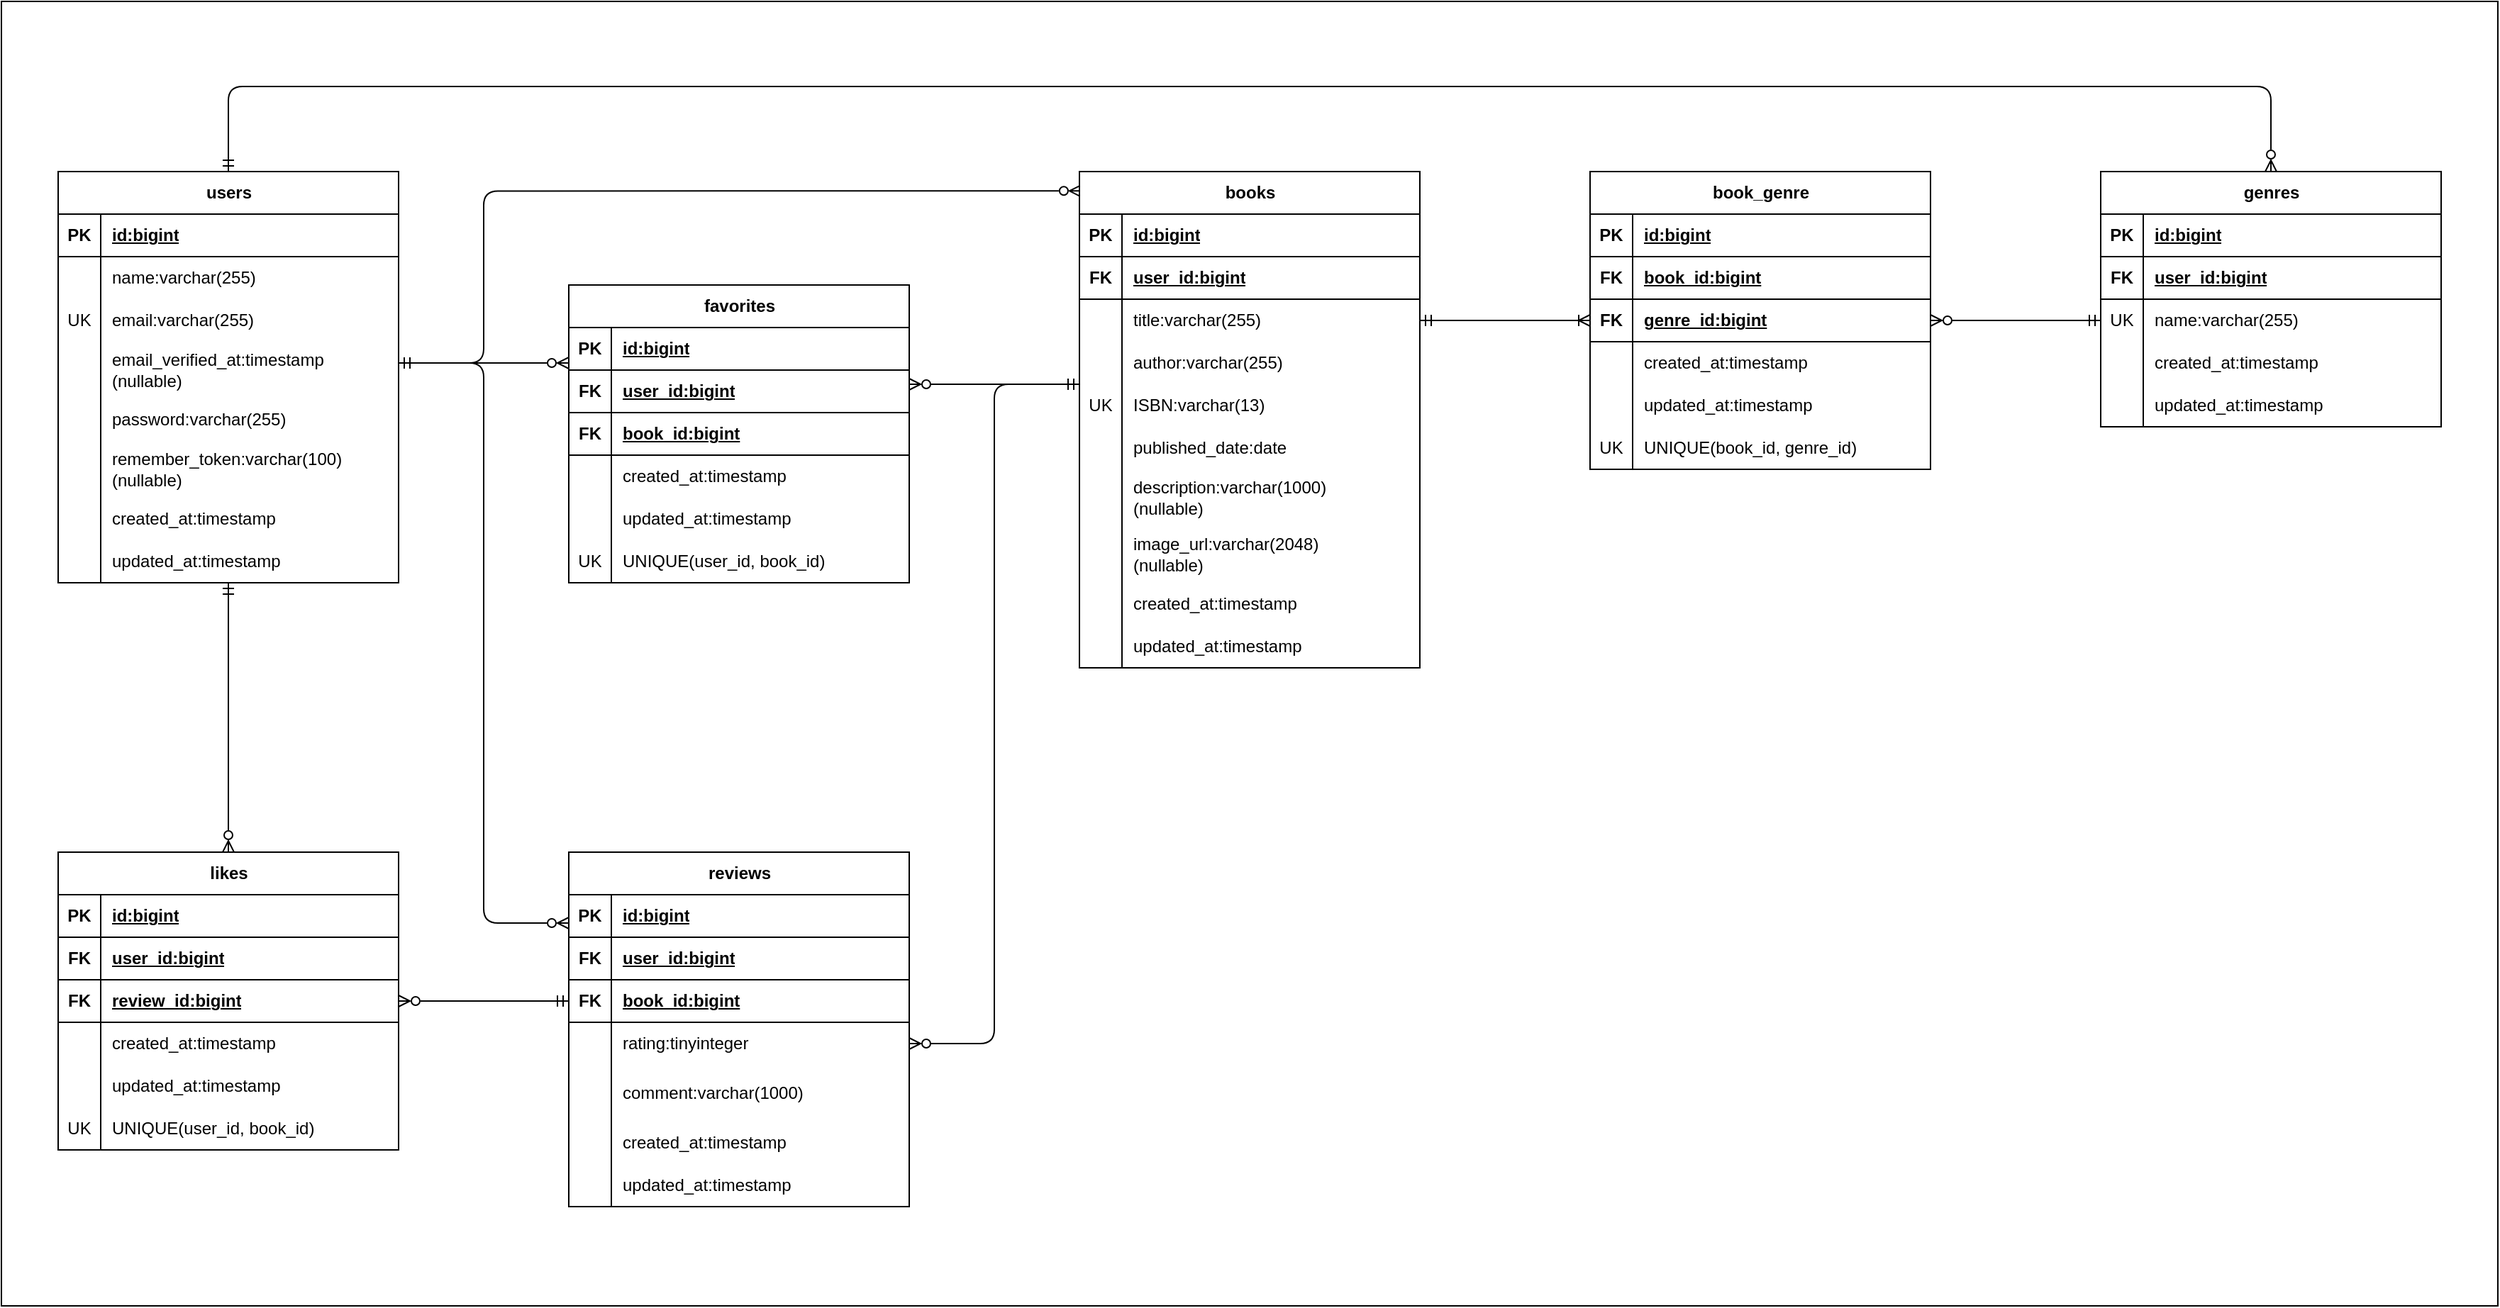
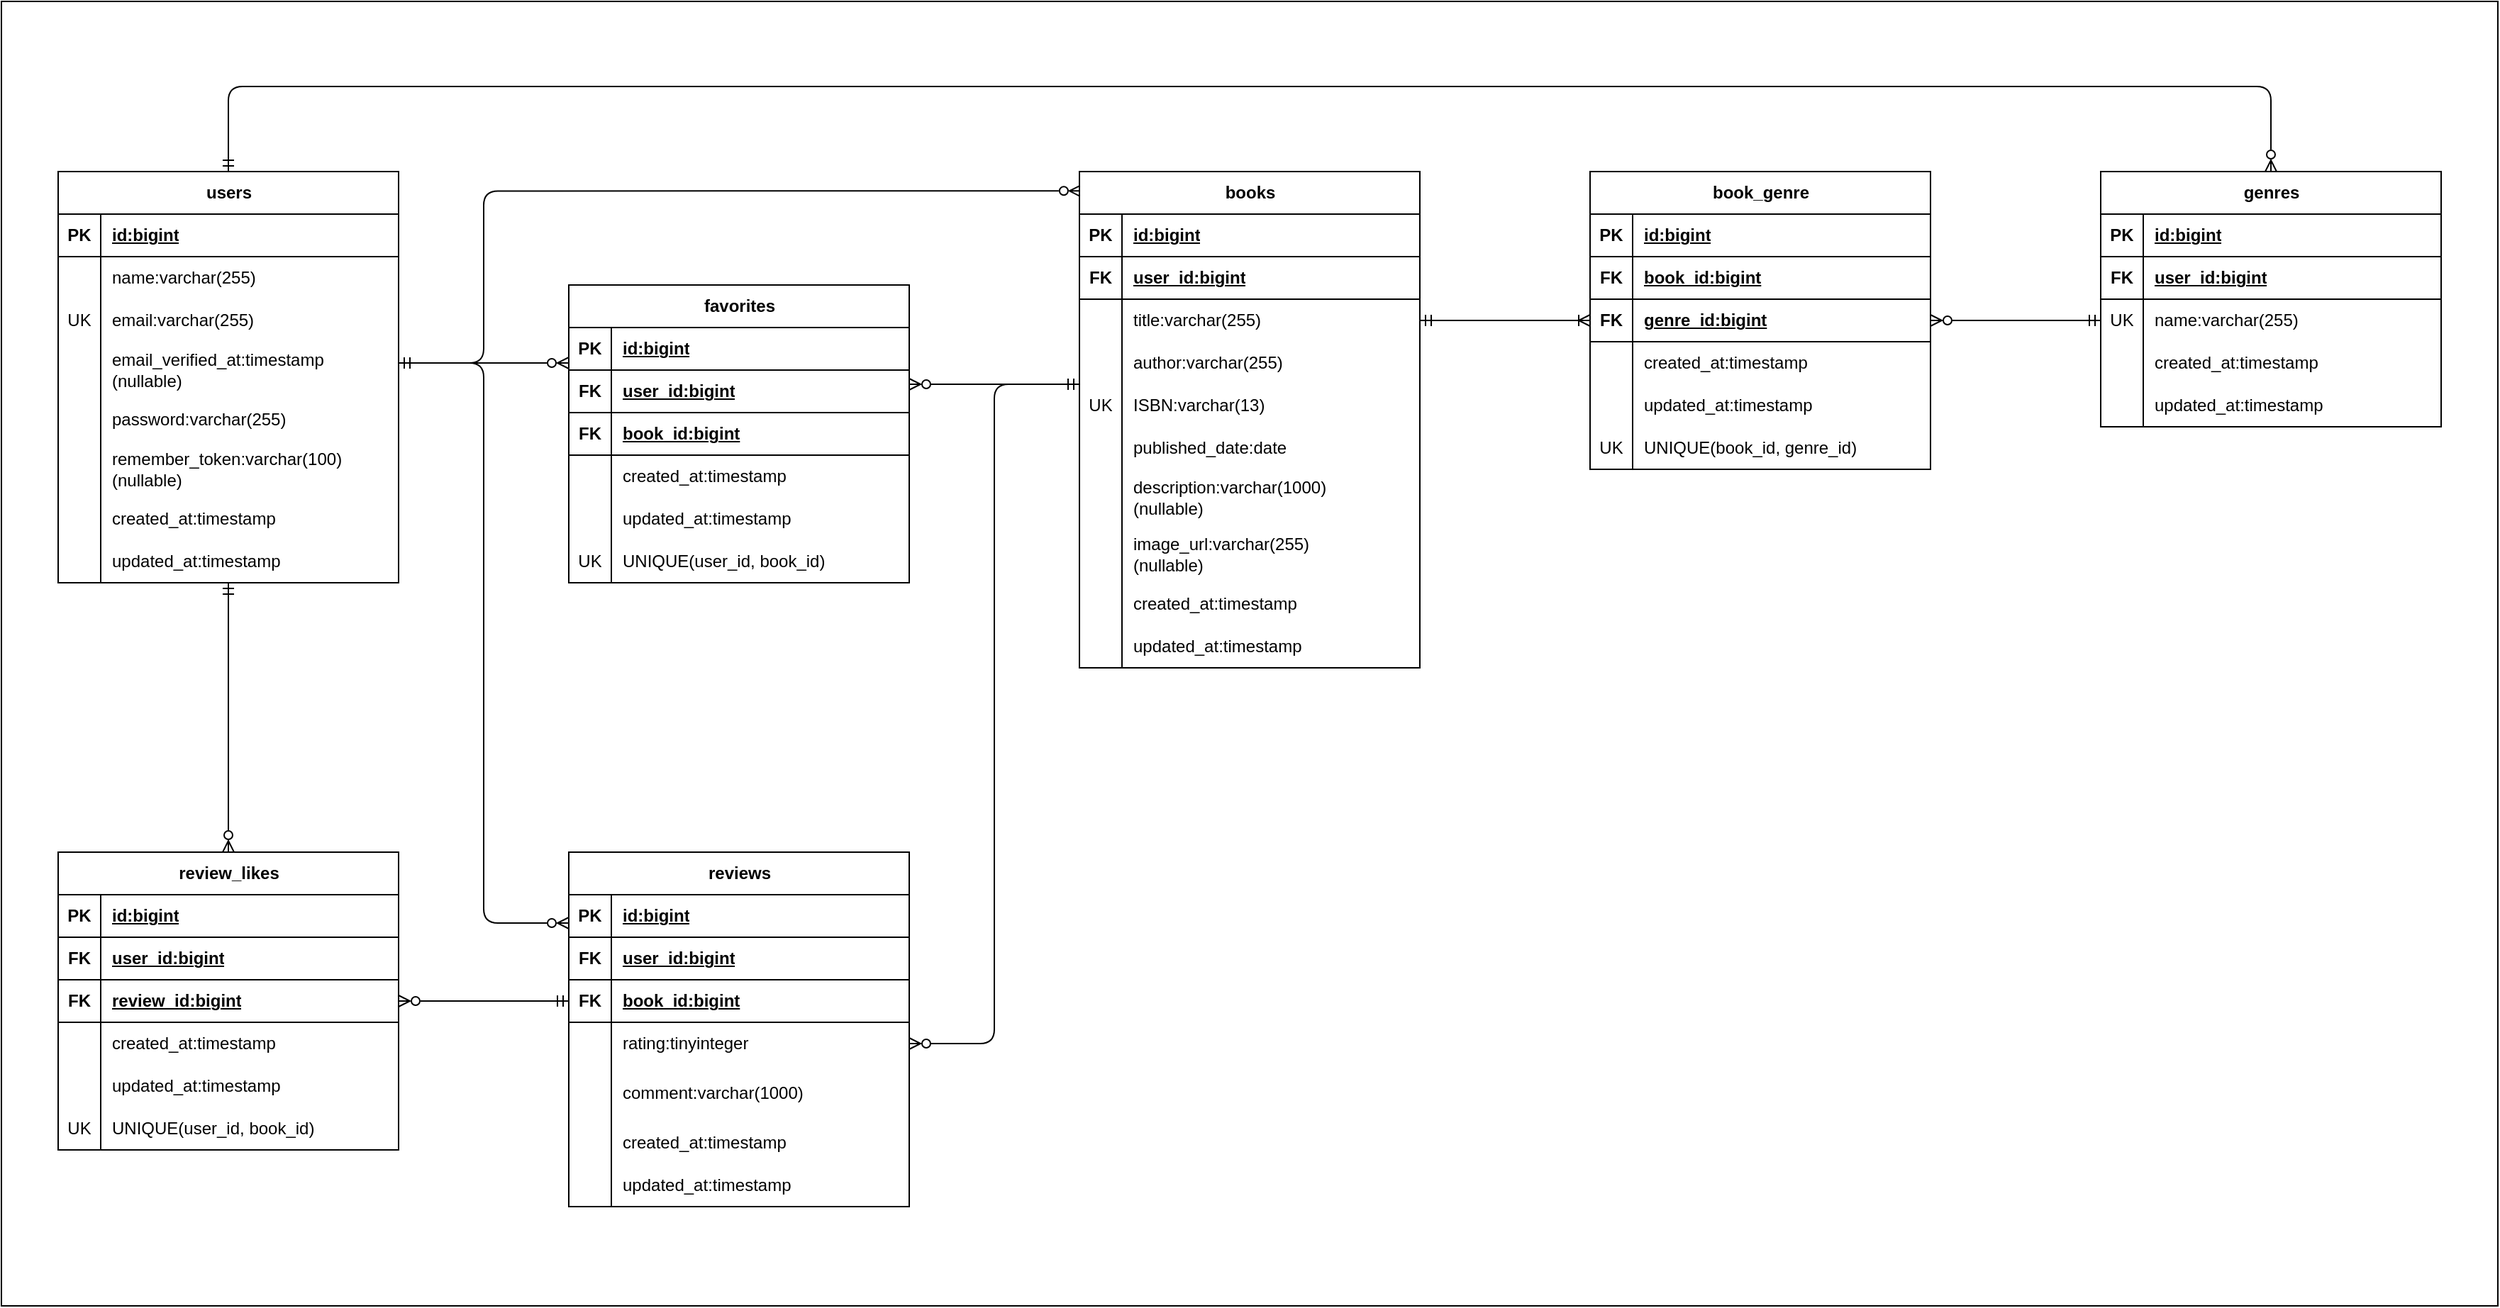
<mxfile host="65bd71144e">
    <diagram id="Xr8ic78WrCHNvvsh3ZQ6" name="ページ1">
-         <mxGraphModel dx="3754" dy="2342" grid="1" gridSize="10" guides="1" tooltips="1" connect="1" arrows="1" fold="1" page="1" pageScale="1" pageWidth="827" pageHeight="1169" math="0" shadow="0">
+         <mxGraphModel dx="3050" dy="2076" grid="1" gridSize="10" guides="1" tooltips="1" connect="1" arrows="1" fold="1" page="1" pageScale="1" pageWidth="827" pageHeight="1169" math="0" shadow="0">
            <root>
                <mxCell id="0"/>
                <mxCell id="1" parent="0"/>
                <mxCell id="209" value="" style="rounded=0;whiteSpace=wrap;html=1;" parent="1" vertex="1">
                    <mxGeometry x="-1040" y="-240" width="1760" height="920" as="geometry"/>
                </mxCell>
                <mxCell id="194" style="edgeStyle=orthogonalEdgeStyle;html=1;startArrow=ERmandOne;startFill=0;endArrow=ERzeroToMany;endFill=0;entryX=0.004;entryY=0.039;entryDx=0;entryDy=0;entryPerimeter=0;" parent="1" source="2" target="55" edge="1">
                    <mxGeometry relative="1" as="geometry">
                        <mxPoint x="-700" y="-70" as="sourcePoint"/>
                        <Array as="points">
                            <mxPoint x="-700" y="15"/>
                            <mxPoint x="-700" y="-107"/>
                        </Array>
                    </mxGeometry>
                </mxCell>
                <mxCell id="195" style="edgeStyle=orthogonalEdgeStyle;html=1;startArrow=ERmandOne;startFill=0;endArrow=ERzeroToMany;endFill=0;" parent="1" source="2" target="148" edge="1">
                    <mxGeometry relative="1" as="geometry">
                        <Array as="points">
                            <mxPoint x="-660" y="15"/>
                            <mxPoint x="-660" y="15"/>
                        </Array>
                    </mxGeometry>
                </mxCell>
                <mxCell id="201" style="edgeStyle=orthogonalEdgeStyle;html=1;startArrow=ERmandOne;startFill=0;endArrow=ERzeroToMany;endFill=0;" parent="1" source="2" target="86" edge="1">
                    <mxGeometry relative="1" as="geometry">
                        <Array as="points">
                            <mxPoint x="-700" y="15"/>
                            <mxPoint x="-700" y="410"/>
                        </Array>
                    </mxGeometry>
                </mxCell>
                <mxCell id="203" style="edgeStyle=orthogonalEdgeStyle;html=1;startArrow=ERmandOne;startFill=0;endArrow=ERzeroToMany;endFill=0;" parent="1" source="2" target="167" edge="1">
                    <mxGeometry relative="1" as="geometry"/>
                </mxCell>
-                 <mxCell id="214" style="edgeStyle=orthogonalEdgeStyle;html=1;startArrow=ERmandOne;startFill=0;endArrow=ERzeroToMany;endFill=0;" edge="1" parent="1" source="2" target="30">
+                 <mxCell id="214" style="edgeStyle=orthogonalEdgeStyle;html=1;startArrow=ERmandOne;startFill=0;endArrow=ERzeroToMany;endFill=0;" parent="1" source="2" target="30" edge="1">
                    <mxGeometry relative="1" as="geometry">
                        <Array as="points">
                            <mxPoint x="-880" y="-180"/>
                            <mxPoint x="560" y="-180"/>
                        </Array>
                    </mxGeometry>
                </mxCell>
                <mxCell id="2" value="users" style="shape=table;startSize=30;container=1;collapsible=1;childLayout=tableLayout;fixedRows=1;rowLines=0;fontStyle=1;align=center;resizeLast=1;html=1;" parent="1" vertex="1">
                    <mxGeometry x="-1000" y="-120" width="240" height="290" as="geometry"/>
                </mxCell>
                <mxCell id="3" value="" style="shape=tableRow;horizontal=0;startSize=0;swimlaneHead=0;swimlaneBody=0;fillColor=none;collapsible=0;dropTarget=0;points=[[0,0.5],[1,0.5]];portConstraint=eastwest;top=0;left=0;right=0;bottom=1;" parent="2" vertex="1">
                    <mxGeometry y="30" width="240" height="30" as="geometry"/>
                </mxCell>
                <mxCell id="4" value="PK" style="shape=partialRectangle;connectable=0;fillColor=none;top=0;left=0;bottom=0;right=0;fontStyle=1;overflow=hidden;whiteSpace=wrap;html=1;" parent="3" vertex="1">
                    <mxGeometry width="30" height="30" as="geometry">
                        <mxRectangle width="30" height="30" as="alternateBounds"/>
                    </mxGeometry>
                </mxCell>
                <mxCell id="5" value="&lt;span style=&quot;color: rgb(0, 0, 0);&quot;&gt;id:bigint&lt;/span&gt;" style="shape=partialRectangle;connectable=0;fillColor=none;top=0;left=0;bottom=0;right=0;align=left;spacingLeft=6;fontStyle=5;overflow=hidden;whiteSpace=wrap;html=1;" parent="3" vertex="1">
                    <mxGeometry x="30" width="210" height="30" as="geometry">
                        <mxRectangle width="210" height="30" as="alternateBounds"/>
                    </mxGeometry>
                </mxCell>
                <mxCell id="6" value="" style="shape=tableRow;horizontal=0;startSize=0;swimlaneHead=0;swimlaneBody=0;fillColor=none;collapsible=0;dropTarget=0;points=[[0,0.5],[1,0.5]];portConstraint=eastwest;top=0;left=0;right=0;bottom=0;" parent="2" vertex="1">
                    <mxGeometry y="60" width="240" height="30" as="geometry"/>
                </mxCell>
                <mxCell id="7" value="" style="shape=partialRectangle;connectable=0;fillColor=none;top=0;left=0;bottom=0;right=0;editable=1;overflow=hidden;whiteSpace=wrap;html=1;" parent="6" vertex="1">
                    <mxGeometry width="30" height="30" as="geometry">
                        <mxRectangle width="30" height="30" as="alternateBounds"/>
                    </mxGeometry>
                </mxCell>
                <mxCell id="8" value="&lt;span style=&quot;color: rgb(0, 0, 0);&quot;&gt;name:varchar(255)&lt;/span&gt;" style="shape=partialRectangle;connectable=0;fillColor=none;top=0;left=0;bottom=0;right=0;align=left;spacingLeft=6;overflow=hidden;whiteSpace=wrap;html=1;" parent="6" vertex="1">
                    <mxGeometry x="30" width="210" height="30" as="geometry">
                        <mxRectangle width="210" height="30" as="alternateBounds"/>
                    </mxGeometry>
                </mxCell>
                <mxCell id="9" value="" style="shape=tableRow;horizontal=0;startSize=0;swimlaneHead=0;swimlaneBody=0;fillColor=none;collapsible=0;dropTarget=0;points=[[0,0.5],[1,0.5]];portConstraint=eastwest;top=0;left=0;right=0;bottom=0;" parent="2" vertex="1">
                    <mxGeometry y="90" width="240" height="30" as="geometry"/>
                </mxCell>
                <mxCell id="10" value="UK" style="shape=partialRectangle;connectable=0;fillColor=none;top=0;left=0;bottom=0;right=0;editable=1;overflow=hidden;whiteSpace=wrap;html=1;" parent="9" vertex="1">
                    <mxGeometry width="30" height="30" as="geometry">
                        <mxRectangle width="30" height="30" as="alternateBounds"/>
                    </mxGeometry>
                </mxCell>
                <mxCell id="11" value="&lt;span style=&quot;color: rgb(0, 0, 0);&quot;&gt;email:varchar(255)&lt;/span&gt;" style="shape=partialRectangle;connectable=0;fillColor=none;top=0;left=0;bottom=0;right=0;align=left;spacingLeft=6;overflow=hidden;whiteSpace=wrap;html=1;" parent="9" vertex="1">
                    <mxGeometry x="30" width="210" height="30" as="geometry">
                        <mxRectangle width="210" height="30" as="alternateBounds"/>
                    </mxGeometry>
                </mxCell>
                <mxCell id="15" value="" style="shape=tableRow;horizontal=0;startSize=0;swimlaneHead=0;swimlaneBody=0;fillColor=none;collapsible=0;dropTarget=0;points=[[0,0.5],[1,0.5]];portConstraint=eastwest;top=0;left=0;right=0;bottom=0;" parent="2" vertex="1">
                    <mxGeometry y="120" width="240" height="40" as="geometry"/>
                </mxCell>
                <mxCell id="16" value="" style="shape=partialRectangle;connectable=0;fillColor=none;top=0;left=0;bottom=0;right=0;editable=1;overflow=hidden;whiteSpace=wrap;html=1;" parent="15" vertex="1">
                    <mxGeometry width="30" height="40" as="geometry">
                        <mxRectangle width="30" height="40" as="alternateBounds"/>
                    </mxGeometry>
                </mxCell>
                <mxCell id="17" value="&lt;span style=&quot;color: rgb(0, 0, 0);&quot;&gt;email_verified_at:timestamp&lt;/span&gt;&lt;div&gt;&lt;span style=&quot;color: rgb(0, 0, 0);&quot;&gt;(nullable)&lt;/span&gt;&lt;/div&gt;" style="shape=partialRectangle;connectable=0;fillColor=none;top=0;left=0;bottom=0;right=0;align=left;spacingLeft=6;overflow=hidden;whiteSpace=wrap;html=1;" parent="15" vertex="1">
                    <mxGeometry x="30" width="210" height="40" as="geometry">
                        <mxRectangle width="210" height="40" as="alternateBounds"/>
                    </mxGeometry>
                </mxCell>
                <mxCell id="18" value="" style="shape=tableRow;horizontal=0;startSize=0;swimlaneHead=0;swimlaneBody=0;fillColor=none;collapsible=0;dropTarget=0;points=[[0,0.5],[1,0.5]];portConstraint=eastwest;top=0;left=0;right=0;bottom=0;" parent="2" vertex="1">
                    <mxGeometry y="160" width="240" height="30" as="geometry"/>
                </mxCell>
                <mxCell id="19" value="" style="shape=partialRectangle;connectable=0;fillColor=none;top=0;left=0;bottom=0;right=0;editable=1;overflow=hidden;whiteSpace=wrap;html=1;" parent="18" vertex="1">
                    <mxGeometry width="30" height="30" as="geometry">
                        <mxRectangle width="30" height="30" as="alternateBounds"/>
                    </mxGeometry>
                </mxCell>
                <mxCell id="20" value="&lt;span style=&quot;color: rgb(0, 0, 0);&quot;&gt;password:varchar(255)&lt;/span&gt;" style="shape=partialRectangle;connectable=0;fillColor=none;top=0;left=0;bottom=0;right=0;align=left;spacingLeft=6;overflow=hidden;whiteSpace=wrap;html=1;" parent="18" vertex="1">
                    <mxGeometry x="30" width="210" height="30" as="geometry">
                        <mxRectangle width="210" height="30" as="alternateBounds"/>
                    </mxGeometry>
                </mxCell>
                <mxCell id="21" value="" style="shape=tableRow;horizontal=0;startSize=0;swimlaneHead=0;swimlaneBody=0;fillColor=none;collapsible=0;dropTarget=0;points=[[0,0.5],[1,0.5]];portConstraint=eastwest;top=0;left=0;right=0;bottom=0;" parent="2" vertex="1">
                    <mxGeometry y="190" width="240" height="40" as="geometry"/>
                </mxCell>
                <mxCell id="22" value="" style="shape=partialRectangle;connectable=0;fillColor=none;top=0;left=0;bottom=0;right=0;editable=1;overflow=hidden;whiteSpace=wrap;html=1;" parent="21" vertex="1">
                    <mxGeometry width="30" height="40" as="geometry">
                        <mxRectangle width="30" height="40" as="alternateBounds"/>
                    </mxGeometry>
                </mxCell>
                <mxCell id="23" value="&lt;span style=&quot;color: rgb(0, 0, 0);&quot;&gt;remember_token:varchar(100)&lt;/span&gt;&lt;span style=&quot;color: rgb(0, 0, 0);&quot;&gt;(nullable)&lt;/span&gt;" style="shape=partialRectangle;connectable=0;fillColor=none;top=0;left=0;bottom=0;right=0;align=left;spacingLeft=6;overflow=hidden;whiteSpace=wrap;html=1;" parent="21" vertex="1">
                    <mxGeometry x="30" width="210" height="40" as="geometry">
                        <mxRectangle width="210" height="40" as="alternateBounds"/>
                    </mxGeometry>
                </mxCell>
                <mxCell id="24" value="" style="shape=tableRow;horizontal=0;startSize=0;swimlaneHead=0;swimlaneBody=0;fillColor=none;collapsible=0;dropTarget=0;points=[[0,0.5],[1,0.5]];portConstraint=eastwest;top=0;left=0;right=0;bottom=0;" parent="2" vertex="1">
                    <mxGeometry y="230" width="240" height="30" as="geometry"/>
                </mxCell>
                <mxCell id="25" value="" style="shape=partialRectangle;connectable=0;fillColor=none;top=0;left=0;bottom=0;right=0;editable=1;overflow=hidden;whiteSpace=wrap;html=1;" parent="24" vertex="1">
                    <mxGeometry width="30" height="30" as="geometry">
                        <mxRectangle width="30" height="30" as="alternateBounds"/>
                    </mxGeometry>
                </mxCell>
                <mxCell id="26" value="&lt;span style=&quot;color: rgb(0, 0, 0);&quot;&gt;created_at&lt;/span&gt;&lt;span style=&quot;color: rgb(0, 0, 0);&quot;&gt;:timestamp&lt;/span&gt;" style="shape=partialRectangle;connectable=0;fillColor=none;top=0;left=0;bottom=0;right=0;align=left;spacingLeft=6;overflow=hidden;whiteSpace=wrap;html=1;" parent="24" vertex="1">
                    <mxGeometry x="30" width="210" height="30" as="geometry">
                        <mxRectangle width="210" height="30" as="alternateBounds"/>
                    </mxGeometry>
                </mxCell>
                <mxCell id="12" value="" style="shape=tableRow;horizontal=0;startSize=0;swimlaneHead=0;swimlaneBody=0;fillColor=none;collapsible=0;dropTarget=0;points=[[0,0.5],[1,0.5]];portConstraint=eastwest;top=0;left=0;right=0;bottom=0;" parent="2" vertex="1">
                    <mxGeometry y="260" width="240" height="30" as="geometry"/>
                </mxCell>
                <mxCell id="13" value="" style="shape=partialRectangle;connectable=0;fillColor=none;top=0;left=0;bottom=0;right=0;editable=1;overflow=hidden;whiteSpace=wrap;html=1;" parent="12" vertex="1">
                    <mxGeometry width="30" height="30" as="geometry">
                        <mxRectangle width="30" height="30" as="alternateBounds"/>
                    </mxGeometry>
                </mxCell>
                <mxCell id="14" value="updated_at&lt;span style=&quot;color: rgb(0, 0, 0);&quot;&gt;:timestamp&lt;/span&gt;" style="shape=partialRectangle;connectable=0;fillColor=none;top=0;left=0;bottom=0;right=0;align=left;spacingLeft=6;overflow=hidden;whiteSpace=wrap;html=1;" parent="12" vertex="1">
                    <mxGeometry x="30" width="210" height="30" as="geometry">
                        <mxRectangle width="210" height="30" as="alternateBounds"/>
                    </mxGeometry>
                </mxCell>
                <mxCell id="204" style="edgeStyle=orthogonalEdgeStyle;html=1;startArrow=ERmandOne;startFill=0;endArrow=ERzeroToMany;endFill=0;" parent="1" source="30" target="123" edge="1">
                    <mxGeometry relative="1" as="geometry">
                        <Array as="points">
                            <mxPoint x="400" y="-15"/>
                            <mxPoint x="400" y="-15"/>
                        </Array>
                    </mxGeometry>
                </mxCell>
                <mxCell id="30" value="genres" style="shape=table;startSize=30;container=1;collapsible=1;childLayout=tableLayout;fixedRows=1;rowLines=0;fontStyle=1;align=center;resizeLast=1;html=1;" parent="1" vertex="1">
                    <mxGeometry x="440" y="-120" width="240" height="180" as="geometry"/>
                </mxCell>
                <mxCell id="31" value="" style="shape=tableRow;horizontal=0;startSize=0;swimlaneHead=0;swimlaneBody=0;fillColor=none;collapsible=0;dropTarget=0;points=[[0,0.5],[1,0.5]];portConstraint=eastwest;top=0;left=0;right=0;bottom=1;" parent="30" vertex="1">
                    <mxGeometry y="30" width="240" height="30" as="geometry"/>
                </mxCell>
                <mxCell id="32" value="PK" style="shape=partialRectangle;connectable=0;fillColor=none;top=0;left=0;bottom=0;right=0;fontStyle=1;overflow=hidden;whiteSpace=wrap;html=1;" parent="31" vertex="1">
                    <mxGeometry width="30" height="30" as="geometry">
                        <mxRectangle width="30" height="30" as="alternateBounds"/>
                    </mxGeometry>
                </mxCell>
                <mxCell id="33" value="&lt;span style=&quot;color: rgb(0, 0, 0);&quot;&gt;id:bigint&lt;/span&gt;" style="shape=partialRectangle;connectable=0;fillColor=none;top=0;left=0;bottom=0;right=0;align=left;spacingLeft=6;fontStyle=5;overflow=hidden;whiteSpace=wrap;html=1;" parent="31" vertex="1">
                    <mxGeometry x="30" width="210" height="30" as="geometry">
                        <mxRectangle width="210" height="30" as="alternateBounds"/>
                    </mxGeometry>
                </mxCell>
-                 <mxCell id="210" value="" style="shape=tableRow;horizontal=0;startSize=0;swimlaneHead=0;swimlaneBody=0;fillColor=none;collapsible=0;dropTarget=0;points=[[0,0.5],[1,0.5]];portConstraint=eastwest;top=0;left=0;right=0;bottom=1;" vertex="1" parent="30">
+                 <mxCell id="210" value="" style="shape=tableRow;horizontal=0;startSize=0;swimlaneHead=0;swimlaneBody=0;fillColor=none;collapsible=0;dropTarget=0;points=[[0,0.5],[1,0.5]];portConstraint=eastwest;top=0;left=0;right=0;bottom=1;" parent="30" vertex="1">
                    <mxGeometry y="60" width="240" height="30" as="geometry"/>
                </mxCell>
-                 <mxCell id="211" value="FK" style="shape=partialRectangle;connectable=0;fillColor=none;top=0;left=0;bottom=0;right=0;fontStyle=1;overflow=hidden;whiteSpace=wrap;html=1;" vertex="1" parent="210">
-                     <mxGeometry width="30" height="30" as="geometry">
-                         <mxRectangle width="30" height="30" as="alternateBounds"/>
-                     </mxGeometry>
-                 </mxCell>
-                 <mxCell id="212" value="&lt;span style=&quot;color: rgb(0, 0, 0);&quot;&gt;user_id:bigint&lt;/span&gt;" style="shape=partialRectangle;connectable=0;fillColor=none;top=0;left=0;bottom=0;right=0;align=left;spacingLeft=6;fontStyle=5;overflow=hidden;whiteSpace=wrap;html=1;" vertex="1" parent="210">
+                 <mxCell id="211" value="FK" style="shape=partialRectangle;connectable=0;fillColor=none;top=0;left=0;bottom=0;right=0;fontStyle=1;overflow=hidden;whiteSpace=wrap;html=1;" parent="210" vertex="1">
+                     <mxGeometry width="30" height="30" as="geometry">
+                         <mxRectangle width="30" height="30" as="alternateBounds"/>
+                     </mxGeometry>
+                 </mxCell>
+                 <mxCell id="212" value="&lt;span style=&quot;color: rgb(0, 0, 0);&quot;&gt;user_id:bigint&lt;/span&gt;" style="shape=partialRectangle;connectable=0;fillColor=none;top=0;left=0;bottom=0;right=0;align=left;spacingLeft=6;fontStyle=5;overflow=hidden;whiteSpace=wrap;html=1;" parent="210" vertex="1">
                    <mxGeometry x="30" width="210" height="30" as="geometry">
                        <mxRectangle width="210" height="30" as="alternateBounds"/>
                    </mxGeometry>
                </mxCell>
                <mxCell id="34" value="" style="shape=tableRow;horizontal=0;startSize=0;swimlaneHead=0;swimlaneBody=0;fillColor=none;collapsible=0;dropTarget=0;points=[[0,0.5],[1,0.5]];portConstraint=eastwest;top=0;left=0;right=0;bottom=0;" parent="30" vertex="1">
                    <mxGeometry y="90" width="240" height="30" as="geometry"/>
                </mxCell>
                <mxCell id="35" value="UK" style="shape=partialRectangle;connectable=0;fillColor=none;top=0;left=0;bottom=0;right=0;editable=1;overflow=hidden;whiteSpace=wrap;html=1;" parent="34" vertex="1">
                    <mxGeometry width="30" height="30" as="geometry">
                        <mxRectangle width="30" height="30" as="alternateBounds"/>
                    </mxGeometry>
                </mxCell>
                <mxCell id="36" value="&lt;span style=&quot;color: rgb(0, 0, 0);&quot;&gt;name:varchar(255)&lt;/span&gt;" style="shape=partialRectangle;connectable=0;fillColor=none;top=0;left=0;bottom=0;right=0;align=left;spacingLeft=6;overflow=hidden;whiteSpace=wrap;html=1;" parent="34" vertex="1">
                    <mxGeometry x="30" width="210" height="30" as="geometry">
                        <mxRectangle width="210" height="30" as="alternateBounds"/>
                    </mxGeometry>
                </mxCell>
                <mxCell id="49" value="" style="shape=tableRow;horizontal=0;startSize=0;swimlaneHead=0;swimlaneBody=0;fillColor=none;collapsible=0;dropTarget=0;points=[[0,0.5],[1,0.5]];portConstraint=eastwest;top=0;left=0;right=0;bottom=0;" parent="30" vertex="1">
                    <mxGeometry y="120" width="240" height="30" as="geometry"/>
                </mxCell>
                <mxCell id="50" value="" style="shape=partialRectangle;connectable=0;fillColor=none;top=0;left=0;bottom=0;right=0;editable=1;overflow=hidden;whiteSpace=wrap;html=1;" parent="49" vertex="1">
                    <mxGeometry width="30" height="30" as="geometry">
                        <mxRectangle width="30" height="30" as="alternateBounds"/>
                    </mxGeometry>
                </mxCell>
                <mxCell id="51" value="&lt;span style=&quot;color: rgb(0, 0, 0);&quot;&gt;created_at&lt;/span&gt;&lt;span style=&quot;color: rgb(0, 0, 0);&quot;&gt;:timestamp&lt;/span&gt;" style="shape=partialRectangle;connectable=0;fillColor=none;top=0;left=0;bottom=0;right=0;align=left;spacingLeft=6;overflow=hidden;whiteSpace=wrap;html=1;" parent="49" vertex="1">
                    <mxGeometry x="30" width="210" height="30" as="geometry">
                        <mxRectangle width="210" height="30" as="alternateBounds"/>
                    </mxGeometry>
                </mxCell>
                <mxCell id="52" value="" style="shape=tableRow;horizontal=0;startSize=0;swimlaneHead=0;swimlaneBody=0;fillColor=none;collapsible=0;dropTarget=0;points=[[0,0.5],[1,0.5]];portConstraint=eastwest;top=0;left=0;right=0;bottom=0;" parent="30" vertex="1">
                    <mxGeometry y="150" width="240" height="30" as="geometry"/>
                </mxCell>
                <mxCell id="53" value="" style="shape=partialRectangle;connectable=0;fillColor=none;top=0;left=0;bottom=0;right=0;editable=1;overflow=hidden;whiteSpace=wrap;html=1;" parent="52" vertex="1">
                    <mxGeometry width="30" height="30" as="geometry">
                        <mxRectangle width="30" height="30" as="alternateBounds"/>
                    </mxGeometry>
                </mxCell>
                <mxCell id="54" value="updated_at&lt;span style=&quot;color: rgb(0, 0, 0);&quot;&gt;:timestamp&lt;/span&gt;" style="shape=partialRectangle;connectable=0;fillColor=none;top=0;left=0;bottom=0;right=0;align=left;spacingLeft=6;overflow=hidden;whiteSpace=wrap;html=1;" parent="52" vertex="1">
                    <mxGeometry x="30" width="210" height="30" as="geometry">
                        <mxRectangle width="210" height="30" as="alternateBounds"/>
                    </mxGeometry>
                </mxCell>
                <mxCell id="200" style="edgeStyle=orthogonalEdgeStyle;html=1;startArrow=ERmandOne;startFill=0;endArrow=ERzeroToMany;endFill=0;" parent="1" source="55" target="86" edge="1">
                    <mxGeometry relative="1" as="geometry">
                        <Array as="points">
                            <mxPoint x="-340" y="30"/>
                            <mxPoint x="-340" y="495"/>
                        </Array>
                    </mxGeometry>
                </mxCell>
                <mxCell id="205" style="edgeStyle=orthogonalEdgeStyle;html=1;startArrow=ERmandOne;startFill=0;endArrow=ERoneToMany;endFill=0;" parent="1" source="55" target="123" edge="1">
                    <mxGeometry relative="1" as="geometry">
                        <Array as="points">
                            <mxPoint x="10" y="-15"/>
                            <mxPoint x="10" y="-15"/>
                        </Array>
                    </mxGeometry>
                </mxCell>
                <mxCell id="55" value="books" style="shape=table;startSize=30;container=1;collapsible=1;childLayout=tableLayout;fixedRows=1;rowLines=0;fontStyle=1;align=center;resizeLast=1;html=1;" parent="1" vertex="1">
                    <mxGeometry x="-280" y="-120" width="240" height="350" as="geometry"/>
                </mxCell>
                <mxCell id="56" value="" style="shape=tableRow;horizontal=0;startSize=0;swimlaneHead=0;swimlaneBody=0;fillColor=none;collapsible=0;dropTarget=0;points=[[0,0.5],[1,0.5]];portConstraint=eastwest;top=0;left=0;right=0;bottom=1;" parent="55" vertex="1">
                    <mxGeometry y="30" width="240" height="30" as="geometry"/>
                </mxCell>
                <mxCell id="57" value="PK" style="shape=partialRectangle;connectable=0;fillColor=none;top=0;left=0;bottom=0;right=0;fontStyle=1;overflow=hidden;whiteSpace=wrap;html=1;" parent="56" vertex="1">
                    <mxGeometry width="30" height="30" as="geometry">
                        <mxRectangle width="30" height="30" as="alternateBounds"/>
                    </mxGeometry>
                </mxCell>
                <mxCell id="58" value="&lt;span style=&quot;color: rgb(0, 0, 0);&quot;&gt;id:bigint&lt;/span&gt;" style="shape=partialRectangle;connectable=0;fillColor=none;top=0;left=0;bottom=0;right=0;align=left;spacingLeft=6;fontStyle=5;overflow=hidden;whiteSpace=wrap;html=1;" parent="56" vertex="1">
                    <mxGeometry x="30" width="210" height="30" as="geometry">
                        <mxRectangle width="210" height="30" as="alternateBounds"/>
                    </mxGeometry>
                </mxCell>
                <mxCell id="80" value="" style="shape=tableRow;horizontal=0;startSize=0;swimlaneHead=0;swimlaneBody=0;fillColor=none;collapsible=0;dropTarget=0;points=[[0,0.5],[1,0.5]];portConstraint=eastwest;top=0;left=0;right=0;bottom=1;" parent="55" vertex="1">
                    <mxGeometry y="60" width="240" height="30" as="geometry"/>
                </mxCell>
                <mxCell id="81" value="FK" style="shape=partialRectangle;connectable=0;fillColor=none;top=0;left=0;bottom=0;right=0;fontStyle=1;overflow=hidden;whiteSpace=wrap;html=1;" parent="80" vertex="1">
                    <mxGeometry width="30" height="30" as="geometry">
                        <mxRectangle width="30" height="30" as="alternateBounds"/>
                    </mxGeometry>
                </mxCell>
                <mxCell id="82" value="&lt;span style=&quot;color: rgb(0, 0, 0);&quot;&gt;user_id:bigint&lt;/span&gt;" style="shape=partialRectangle;connectable=0;fillColor=none;top=0;left=0;bottom=0;right=0;align=left;spacingLeft=6;fontStyle=5;overflow=hidden;whiteSpace=wrap;html=1;" parent="80" vertex="1">
                    <mxGeometry x="30" width="210" height="30" as="geometry">
                        <mxRectangle width="210" height="30" as="alternateBounds"/>
                    </mxGeometry>
                </mxCell>
                <mxCell id="59" value="" style="shape=tableRow;horizontal=0;startSize=0;swimlaneHead=0;swimlaneBody=0;fillColor=none;collapsible=0;dropTarget=0;points=[[0,0.5],[1,0.5]];portConstraint=eastwest;top=0;left=0;right=0;bottom=0;" parent="55" vertex="1">
                    <mxGeometry y="90" width="240" height="30" as="geometry"/>
                </mxCell>
                <mxCell id="60" value="" style="shape=partialRectangle;connectable=0;fillColor=none;top=0;left=0;bottom=0;right=0;editable=1;overflow=hidden;whiteSpace=wrap;html=1;" parent="59" vertex="1">
                    <mxGeometry width="30" height="30" as="geometry">
                        <mxRectangle width="30" height="30" as="alternateBounds"/>
                    </mxGeometry>
                </mxCell>
                <mxCell id="61" value="&lt;span style=&quot;color: rgb(0, 0, 0);&quot;&gt;title:varchar(255)&lt;/span&gt;" style="shape=partialRectangle;connectable=0;fillColor=none;top=0;left=0;bottom=0;right=0;align=left;spacingLeft=6;overflow=hidden;whiteSpace=wrap;html=1;" parent="59" vertex="1">
                    <mxGeometry x="30" width="210" height="30" as="geometry">
                        <mxRectangle width="210" height="30" as="alternateBounds"/>
                    </mxGeometry>
                </mxCell>
                <mxCell id="62" value="" style="shape=tableRow;horizontal=0;startSize=0;swimlaneHead=0;swimlaneBody=0;fillColor=none;collapsible=0;dropTarget=0;points=[[0,0.5],[1,0.5]];portConstraint=eastwest;top=0;left=0;right=0;bottom=0;" parent="55" vertex="1">
                    <mxGeometry y="120" width="240" height="30" as="geometry"/>
                </mxCell>
                <mxCell id="63" value="" style="shape=partialRectangle;connectable=0;fillColor=none;top=0;left=0;bottom=0;right=0;editable=1;overflow=hidden;whiteSpace=wrap;html=1;" parent="62" vertex="1">
                    <mxGeometry width="30" height="30" as="geometry">
                        <mxRectangle width="30" height="30" as="alternateBounds"/>
                    </mxGeometry>
                </mxCell>
                <mxCell id="64" value="&lt;span style=&quot;color: rgb(0, 0, 0);&quot;&gt;author:varchar(255)&lt;/span&gt;" style="shape=partialRectangle;connectable=0;fillColor=none;top=0;left=0;bottom=0;right=0;align=left;spacingLeft=6;overflow=hidden;whiteSpace=wrap;html=1;" parent="62" vertex="1">
                    <mxGeometry x="30" width="210" height="30" as="geometry">
                        <mxRectangle width="210" height="30" as="alternateBounds"/>
                    </mxGeometry>
                </mxCell>
                <mxCell id="65" value="" style="shape=tableRow;horizontal=0;startSize=0;swimlaneHead=0;swimlaneBody=0;fillColor=none;collapsible=0;dropTarget=0;points=[[0,0.5],[1,0.5]];portConstraint=eastwest;top=0;left=0;right=0;bottom=0;" parent="55" vertex="1">
                    <mxGeometry y="150" width="240" height="30" as="geometry"/>
                </mxCell>
                <mxCell id="66" value="UK" style="shape=partialRectangle;connectable=0;fillColor=none;top=0;left=0;bottom=0;right=0;editable=1;overflow=hidden;whiteSpace=wrap;html=1;" parent="65" vertex="1">
                    <mxGeometry width="30" height="30" as="geometry">
                        <mxRectangle width="30" height="30" as="alternateBounds"/>
                    </mxGeometry>
                </mxCell>
                <mxCell id="67" value="&lt;span style=&quot;color: rgb(0, 0, 0);&quot;&gt;ISBN:varchar(13)&lt;/span&gt;" style="shape=partialRectangle;connectable=0;fillColor=none;top=0;left=0;bottom=0;right=0;align=left;spacingLeft=6;overflow=hidden;whiteSpace=wrap;html=1;" parent="65" vertex="1">
                    <mxGeometry x="30" width="210" height="30" as="geometry">
                        <mxRectangle width="210" height="30" as="alternateBounds"/>
                    </mxGeometry>
                </mxCell>
                <mxCell id="68" value="" style="shape=tableRow;horizontal=0;startSize=0;swimlaneHead=0;swimlaneBody=0;fillColor=none;collapsible=0;dropTarget=0;points=[[0,0.5],[1,0.5]];portConstraint=eastwest;top=0;left=0;right=0;bottom=0;" parent="55" vertex="1">
                    <mxGeometry y="180" width="240" height="30" as="geometry"/>
                </mxCell>
                <mxCell id="69" value="" style="shape=partialRectangle;connectable=0;fillColor=none;top=0;left=0;bottom=0;right=0;editable=1;overflow=hidden;whiteSpace=wrap;html=1;" parent="68" vertex="1">
                    <mxGeometry width="30" height="30" as="geometry">
                        <mxRectangle width="30" height="30" as="alternateBounds"/>
                    </mxGeometry>
                </mxCell>
                <mxCell id="70" value="&lt;span style=&quot;color: rgb(0, 0, 0);&quot;&gt;published_date:date&lt;/span&gt;" style="shape=partialRectangle;connectable=0;fillColor=none;top=0;left=0;bottom=0;right=0;align=left;spacingLeft=6;overflow=hidden;whiteSpace=wrap;html=1;" parent="68" vertex="1">
                    <mxGeometry x="30" width="210" height="30" as="geometry">
                        <mxRectangle width="210" height="30" as="alternateBounds"/>
                    </mxGeometry>
                </mxCell>
                <mxCell id="71" value="" style="shape=tableRow;horizontal=0;startSize=0;swimlaneHead=0;swimlaneBody=0;fillColor=none;collapsible=0;dropTarget=0;points=[[0,0.5],[1,0.5]];portConstraint=eastwest;top=0;left=0;right=0;bottom=0;" parent="55" vertex="1">
                    <mxGeometry y="210" width="240" height="40" as="geometry"/>
                </mxCell>
                <mxCell id="72" value="" style="shape=partialRectangle;connectable=0;fillColor=none;top=0;left=0;bottom=0;right=0;editable=1;overflow=hidden;whiteSpace=wrap;html=1;" parent="71" vertex="1">
                    <mxGeometry width="30" height="40" as="geometry">
                        <mxRectangle width="30" height="40" as="alternateBounds"/>
                    </mxGeometry>
                </mxCell>
                <mxCell id="73" value="&lt;span style=&quot;color: rgb(0, 0, 0);&quot;&gt;description:&lt;span style=&quot;color: rgb(0, 0, 0);&quot;&gt;varchar(1000)&lt;/span&gt;&lt;/span&gt;&lt;div&gt;&lt;span style=&quot;color: rgb(0, 0, 0);&quot;&gt;(nullable)&lt;/span&gt;&lt;/div&gt;" style="shape=partialRectangle;connectable=0;fillColor=none;top=0;left=0;bottom=0;right=0;align=left;spacingLeft=6;overflow=hidden;whiteSpace=wrap;html=1;" parent="71" vertex="1">
                    <mxGeometry x="30" width="210" height="40" as="geometry">
                        <mxRectangle width="210" height="40" as="alternateBounds"/>
                    </mxGeometry>
                </mxCell>
                <mxCell id="83" value="" style="shape=tableRow;horizontal=0;startSize=0;swimlaneHead=0;swimlaneBody=0;fillColor=none;collapsible=0;dropTarget=0;points=[[0,0.5],[1,0.5]];portConstraint=eastwest;top=0;left=0;right=0;bottom=0;" parent="55" vertex="1">
                    <mxGeometry y="250" width="240" height="40" as="geometry"/>
                </mxCell>
                <mxCell id="84" value="" style="shape=partialRectangle;connectable=0;fillColor=none;top=0;left=0;bottom=0;right=0;editable=1;overflow=hidden;whiteSpace=wrap;html=1;" parent="83" vertex="1">
                    <mxGeometry width="30" height="40" as="geometry">
                        <mxRectangle width="30" height="40" as="alternateBounds"/>
                    </mxGeometry>
                </mxCell>
-                 <mxCell id="85" value="&lt;span style=&quot;color: rgb(0, 0, 0);&quot;&gt;image_url:varchar(2048)&lt;/span&gt;&lt;div&gt;&lt;span style=&quot;color: rgb(0, 0, 0);&quot;&gt;(nullable)&lt;/span&gt;&lt;/div&gt;" style="shape=partialRectangle;connectable=0;fillColor=none;top=0;left=0;bottom=0;right=0;align=left;spacingLeft=6;overflow=hidden;whiteSpace=wrap;html=1;" parent="83" vertex="1">
+                 <mxCell id="85" value="&lt;span style=&quot;color: rgb(0, 0, 0);&quot;&gt;image_url:varchar(255)&lt;/span&gt;&lt;div&gt;&lt;span style=&quot;color: rgb(0, 0, 0);&quot;&gt;(nullable)&lt;/span&gt;&lt;/div&gt;" style="shape=partialRectangle;connectable=0;fillColor=none;top=0;left=0;bottom=0;right=0;align=left;spacingLeft=6;overflow=hidden;whiteSpace=wrap;html=1;" parent="83" vertex="1">
                    <mxGeometry x="30" width="210" height="40" as="geometry">
                        <mxRectangle width="210" height="40" as="alternateBounds"/>
                    </mxGeometry>
                </mxCell>
                <mxCell id="74" value="" style="shape=tableRow;horizontal=0;startSize=0;swimlaneHead=0;swimlaneBody=0;fillColor=none;collapsible=0;dropTarget=0;points=[[0,0.5],[1,0.5]];portConstraint=eastwest;top=0;left=0;right=0;bottom=0;" parent="55" vertex="1">
                    <mxGeometry y="290" width="240" height="30" as="geometry"/>
                </mxCell>
                <mxCell id="75" value="" style="shape=partialRectangle;connectable=0;fillColor=none;top=0;left=0;bottom=0;right=0;editable=1;overflow=hidden;whiteSpace=wrap;html=1;" parent="74" vertex="1">
                    <mxGeometry width="30" height="30" as="geometry">
                        <mxRectangle width="30" height="30" as="alternateBounds"/>
                    </mxGeometry>
                </mxCell>
                <mxCell id="76" value="&lt;span style=&quot;color: rgb(0, 0, 0);&quot;&gt;created_at&lt;/span&gt;&lt;span style=&quot;color: rgb(0, 0, 0);&quot;&gt;:timestamp&lt;/span&gt;" style="shape=partialRectangle;connectable=0;fillColor=none;top=0;left=0;bottom=0;right=0;align=left;spacingLeft=6;overflow=hidden;whiteSpace=wrap;html=1;" parent="74" vertex="1">
                    <mxGeometry x="30" width="210" height="30" as="geometry">
                        <mxRectangle width="210" height="30" as="alternateBounds"/>
                    </mxGeometry>
                </mxCell>
                <mxCell id="77" value="" style="shape=tableRow;horizontal=0;startSize=0;swimlaneHead=0;swimlaneBody=0;fillColor=none;collapsible=0;dropTarget=0;points=[[0,0.5],[1,0.5]];portConstraint=eastwest;top=0;left=0;right=0;bottom=0;" parent="55" vertex="1">
                    <mxGeometry y="320" width="240" height="30" as="geometry"/>
                </mxCell>
                <mxCell id="78" value="" style="shape=partialRectangle;connectable=0;fillColor=none;top=0;left=0;bottom=0;right=0;editable=1;overflow=hidden;whiteSpace=wrap;html=1;" parent="77" vertex="1">
                    <mxGeometry width="30" height="30" as="geometry">
                        <mxRectangle width="30" height="30" as="alternateBounds"/>
                    </mxGeometry>
                </mxCell>
                <mxCell id="79" value="updated_at&lt;span style=&quot;color: rgb(0, 0, 0);&quot;&gt;:timestamp&lt;/span&gt;" style="shape=partialRectangle;connectable=0;fillColor=none;top=0;left=0;bottom=0;right=0;align=left;spacingLeft=6;overflow=hidden;whiteSpace=wrap;html=1;" parent="77" vertex="1">
                    <mxGeometry x="30" width="210" height="30" as="geometry">
                        <mxRectangle width="210" height="30" as="alternateBounds"/>
                    </mxGeometry>
                </mxCell>
                <mxCell id="202" style="edgeStyle=orthogonalEdgeStyle;html=1;startArrow=ERmandOne;startFill=0;endArrow=ERzeroToMany;endFill=0;" parent="1" source="86" target="167" edge="1">
                    <mxGeometry relative="1" as="geometry">
                        <Array as="points">
                            <mxPoint x="-660" y="465"/>
                            <mxPoint x="-660" y="465"/>
                        </Array>
                    </mxGeometry>
                </mxCell>
                <mxCell id="86" value="reviews" style="shape=table;startSize=30;container=1;collapsible=1;childLayout=tableLayout;fixedRows=1;rowLines=0;fontStyle=1;align=center;resizeLast=1;html=1;" parent="1" vertex="1">
                    <mxGeometry x="-640" y="360" width="240" height="250" as="geometry"/>
                </mxCell>
                <mxCell id="87" value="" style="shape=tableRow;horizontal=0;startSize=0;swimlaneHead=0;swimlaneBody=0;fillColor=none;collapsible=0;dropTarget=0;points=[[0,0.5],[1,0.5]];portConstraint=eastwest;top=0;left=0;right=0;bottom=1;" parent="86" vertex="1">
                    <mxGeometry y="30" width="240" height="30" as="geometry"/>
                </mxCell>
                <mxCell id="88" value="PK" style="shape=partialRectangle;connectable=0;fillColor=none;top=0;left=0;bottom=0;right=0;fontStyle=1;overflow=hidden;whiteSpace=wrap;html=1;" parent="87" vertex="1">
                    <mxGeometry width="30" height="30" as="geometry">
                        <mxRectangle width="30" height="30" as="alternateBounds"/>
                    </mxGeometry>
                </mxCell>
                <mxCell id="89" value="&lt;span style=&quot;color: rgb(0, 0, 0);&quot;&gt;id:bigint&lt;/span&gt;" style="shape=partialRectangle;connectable=0;fillColor=none;top=0;left=0;bottom=0;right=0;align=left;spacingLeft=6;fontStyle=5;overflow=hidden;whiteSpace=wrap;html=1;" parent="87" vertex="1">
                    <mxGeometry x="30" width="210" height="30" as="geometry">
                        <mxRectangle width="210" height="30" as="alternateBounds"/>
                    </mxGeometry>
                </mxCell>
                <mxCell id="90" value="" style="shape=tableRow;horizontal=0;startSize=0;swimlaneHead=0;swimlaneBody=0;fillColor=none;collapsible=0;dropTarget=0;points=[[0,0.5],[1,0.5]];portConstraint=eastwest;top=0;left=0;right=0;bottom=1;" parent="86" vertex="1">
                    <mxGeometry y="60" width="240" height="30" as="geometry"/>
                </mxCell>
                <mxCell id="91" value="FK" style="shape=partialRectangle;connectable=0;fillColor=none;top=0;left=0;bottom=0;right=0;fontStyle=1;overflow=hidden;whiteSpace=wrap;html=1;" parent="90" vertex="1">
                    <mxGeometry width="30" height="30" as="geometry">
                        <mxRectangle width="30" height="30" as="alternateBounds"/>
                    </mxGeometry>
                </mxCell>
                <mxCell id="92" value="&lt;span style=&quot;color: rgb(0, 0, 0);&quot;&gt;user_id:bigint&lt;/span&gt;" style="shape=partialRectangle;connectable=0;fillColor=none;top=0;left=0;bottom=0;right=0;align=left;spacingLeft=6;fontStyle=5;overflow=hidden;whiteSpace=wrap;html=1;" parent="90" vertex="1">
                    <mxGeometry x="30" width="210" height="30" as="geometry">
                        <mxRectangle width="210" height="30" as="alternateBounds"/>
                    </mxGeometry>
                </mxCell>
                <mxCell id="117" value="" style="shape=tableRow;horizontal=0;startSize=0;swimlaneHead=0;swimlaneBody=0;fillColor=none;collapsible=0;dropTarget=0;points=[[0,0.5],[1,0.5]];portConstraint=eastwest;top=0;left=0;right=0;bottom=1;" parent="86" vertex="1">
                    <mxGeometry y="90" width="240" height="30" as="geometry"/>
                </mxCell>
                <mxCell id="118" value="FK" style="shape=partialRectangle;connectable=0;fillColor=none;top=0;left=0;bottom=0;right=0;fontStyle=1;overflow=hidden;whiteSpace=wrap;html=1;" parent="117" vertex="1">
                    <mxGeometry width="30" height="30" as="geometry">
                        <mxRectangle width="30" height="30" as="alternateBounds"/>
                    </mxGeometry>
                </mxCell>
                <mxCell id="119" value="&lt;span style=&quot;color: rgb(0, 0, 0);&quot;&gt;book_id:bigint&lt;/span&gt;" style="shape=partialRectangle;connectable=0;fillColor=none;top=0;left=0;bottom=0;right=0;align=left;spacingLeft=6;fontStyle=5;overflow=hidden;whiteSpace=wrap;html=1;" parent="117" vertex="1">
                    <mxGeometry x="30" width="210" height="30" as="geometry">
                        <mxRectangle width="210" height="30" as="alternateBounds"/>
                    </mxGeometry>
                </mxCell>
                <mxCell id="93" value="" style="shape=tableRow;horizontal=0;startSize=0;swimlaneHead=0;swimlaneBody=0;fillColor=none;collapsible=0;dropTarget=0;points=[[0,0.5],[1,0.5]];portConstraint=eastwest;top=0;left=0;right=0;bottom=0;" parent="86" vertex="1">
                    <mxGeometry y="120" width="240" height="30" as="geometry"/>
                </mxCell>
                <mxCell id="94" value="" style="shape=partialRectangle;connectable=0;fillColor=none;top=0;left=0;bottom=0;right=0;editable=1;overflow=hidden;whiteSpace=wrap;html=1;" parent="93" vertex="1">
                    <mxGeometry width="30" height="30" as="geometry">
                        <mxRectangle width="30" height="30" as="alternateBounds"/>
                    </mxGeometry>
                </mxCell>
                <mxCell id="95" value="&lt;span style=&quot;color: rgb(0, 0, 0);&quot;&gt;rating:tinyinteger&lt;/span&gt;" style="shape=partialRectangle;connectable=0;fillColor=none;top=0;left=0;bottom=0;right=0;align=left;spacingLeft=6;overflow=hidden;whiteSpace=wrap;html=1;" parent="93" vertex="1">
                    <mxGeometry x="30" width="210" height="30" as="geometry">
                        <mxRectangle width="210" height="30" as="alternateBounds"/>
                    </mxGeometry>
                </mxCell>
                <mxCell id="96" value="" style="shape=tableRow;horizontal=0;startSize=0;swimlaneHead=0;swimlaneBody=0;fillColor=none;collapsible=0;dropTarget=0;points=[[0,0.5],[1,0.5]];portConstraint=eastwest;top=0;left=0;right=0;bottom=0;" parent="86" vertex="1">
                    <mxGeometry y="150" width="240" height="40" as="geometry"/>
                </mxCell>
                <mxCell id="97" value="" style="shape=partialRectangle;connectable=0;fillColor=none;top=0;left=0;bottom=0;right=0;editable=1;overflow=hidden;whiteSpace=wrap;html=1;" parent="96" vertex="1">
                    <mxGeometry width="30" height="40" as="geometry">
                        <mxRectangle width="30" height="40" as="alternateBounds"/>
                    </mxGeometry>
                </mxCell>
                <mxCell id="98" value="&lt;span style=&quot;color: rgb(0, 0, 0);&quot;&gt;comment:&lt;/span&gt;&lt;span style=&quot;color: rgb(0, 0, 0);&quot;&gt;&lt;span style=&quot;color: rgb(0, 0, 0);&quot;&gt;varchar(1000)&lt;/span&gt;&lt;/span&gt;" style="shape=partialRectangle;connectable=0;fillColor=none;top=0;left=0;bottom=0;right=0;align=left;spacingLeft=6;overflow=hidden;whiteSpace=wrap;html=1;" parent="96" vertex="1">
                    <mxGeometry x="30" width="210" height="40" as="geometry">
                        <mxRectangle width="210" height="40" as="alternateBounds"/>
                    </mxGeometry>
                </mxCell>
                <mxCell id="111" value="" style="shape=tableRow;horizontal=0;startSize=0;swimlaneHead=0;swimlaneBody=0;fillColor=none;collapsible=0;dropTarget=0;points=[[0,0.5],[1,0.5]];portConstraint=eastwest;top=0;left=0;right=0;bottom=0;" parent="86" vertex="1">
                    <mxGeometry y="190" width="240" height="30" as="geometry"/>
                </mxCell>
                <mxCell id="112" value="" style="shape=partialRectangle;connectable=0;fillColor=none;top=0;left=0;bottom=0;right=0;editable=1;overflow=hidden;whiteSpace=wrap;html=1;" parent="111" vertex="1">
                    <mxGeometry width="30" height="30" as="geometry">
                        <mxRectangle width="30" height="30" as="alternateBounds"/>
                    </mxGeometry>
                </mxCell>
                <mxCell id="113" value="&lt;span style=&quot;color: rgb(0, 0, 0);&quot;&gt;created_at&lt;/span&gt;&lt;span style=&quot;color: rgb(0, 0, 0);&quot;&gt;:timestamp&lt;/span&gt;" style="shape=partialRectangle;connectable=0;fillColor=none;top=0;left=0;bottom=0;right=0;align=left;spacingLeft=6;overflow=hidden;whiteSpace=wrap;html=1;" parent="111" vertex="1">
                    <mxGeometry x="30" width="210" height="30" as="geometry">
                        <mxRectangle width="210" height="30" as="alternateBounds"/>
                    </mxGeometry>
                </mxCell>
                <mxCell id="114" value="" style="shape=tableRow;horizontal=0;startSize=0;swimlaneHead=0;swimlaneBody=0;fillColor=none;collapsible=0;dropTarget=0;points=[[0,0.5],[1,0.5]];portConstraint=eastwest;top=0;left=0;right=0;bottom=0;" parent="86" vertex="1">
                    <mxGeometry y="220" width="240" height="30" as="geometry"/>
                </mxCell>
                <mxCell id="115" value="" style="shape=partialRectangle;connectable=0;fillColor=none;top=0;left=0;bottom=0;right=0;editable=1;overflow=hidden;whiteSpace=wrap;html=1;" parent="114" vertex="1">
                    <mxGeometry width="30" height="30" as="geometry">
                        <mxRectangle width="30" height="30" as="alternateBounds"/>
                    </mxGeometry>
                </mxCell>
                <mxCell id="116" value="updated_at&lt;span style=&quot;color: rgb(0, 0, 0);&quot;&gt;:timestamp&lt;/span&gt;" style="shape=partialRectangle;connectable=0;fillColor=none;top=0;left=0;bottom=0;right=0;align=left;spacingLeft=6;overflow=hidden;whiteSpace=wrap;html=1;" parent="114" vertex="1">
                    <mxGeometry x="30" width="210" height="30" as="geometry">
                        <mxRectangle width="210" height="30" as="alternateBounds"/>
                    </mxGeometry>
                </mxCell>
                <mxCell id="123" value="book_genre" style="shape=table;startSize=30;container=1;collapsible=1;childLayout=tableLayout;fixedRows=1;rowLines=0;fontStyle=1;align=center;resizeLast=1;html=1;" parent="1" vertex="1">
                    <mxGeometry x="80" y="-120" width="240" height="210" as="geometry"/>
                </mxCell>
                <mxCell id="124" value="" style="shape=tableRow;horizontal=0;startSize=0;swimlaneHead=0;swimlaneBody=0;fillColor=none;collapsible=0;dropTarget=0;points=[[0,0.5],[1,0.5]];portConstraint=eastwest;top=0;left=0;right=0;bottom=1;" parent="123" vertex="1">
                    <mxGeometry y="30" width="240" height="30" as="geometry"/>
                </mxCell>
                <mxCell id="125" value="PK" style="shape=partialRectangle;connectable=0;fillColor=none;top=0;left=0;bottom=0;right=0;fontStyle=1;overflow=hidden;whiteSpace=wrap;html=1;" parent="124" vertex="1">
                    <mxGeometry width="30" height="30" as="geometry">
                        <mxRectangle width="30" height="30" as="alternateBounds"/>
                    </mxGeometry>
                </mxCell>
                <mxCell id="126" value="&lt;span style=&quot;color: rgb(0, 0, 0);&quot;&gt;id:bigint&lt;/span&gt;" style="shape=partialRectangle;connectable=0;fillColor=none;top=0;left=0;bottom=0;right=0;align=left;spacingLeft=6;fontStyle=5;overflow=hidden;whiteSpace=wrap;html=1;" parent="124" vertex="1">
                    <mxGeometry x="30" width="210" height="30" as="geometry">
                        <mxRectangle width="210" height="30" as="alternateBounds"/>
                    </mxGeometry>
                </mxCell>
                <mxCell id="127" value="" style="shape=tableRow;horizontal=0;startSize=0;swimlaneHead=0;swimlaneBody=0;fillColor=none;collapsible=0;dropTarget=0;points=[[0,0.5],[1,0.5]];portConstraint=eastwest;top=0;left=0;right=0;bottom=1;" parent="123" vertex="1">
                    <mxGeometry y="60" width="240" height="30" as="geometry"/>
                </mxCell>
                <mxCell id="128" value="FK" style="shape=partialRectangle;connectable=0;fillColor=none;top=0;left=0;bottom=0;right=0;fontStyle=1;overflow=hidden;whiteSpace=wrap;html=1;" parent="127" vertex="1">
                    <mxGeometry width="30" height="30" as="geometry">
                        <mxRectangle width="30" height="30" as="alternateBounds"/>
                    </mxGeometry>
                </mxCell>
                <mxCell id="129" value="&lt;span style=&quot;color: rgb(0, 0, 0);&quot;&gt;book_id:bigint&lt;/span&gt;" style="shape=partialRectangle;connectable=0;fillColor=none;top=0;left=0;bottom=0;right=0;align=left;spacingLeft=6;fontStyle=5;overflow=hidden;whiteSpace=wrap;html=1;" parent="127" vertex="1">
                    <mxGeometry x="30" width="210" height="30" as="geometry">
                        <mxRectangle width="210" height="30" as="alternateBounds"/>
                    </mxGeometry>
                </mxCell>
                <mxCell id="130" value="" style="shape=tableRow;horizontal=0;startSize=0;swimlaneHead=0;swimlaneBody=0;fillColor=none;collapsible=0;dropTarget=0;points=[[0,0.5],[1,0.5]];portConstraint=eastwest;top=0;left=0;right=0;bottom=1;" parent="123" vertex="1">
                    <mxGeometry y="90" width="240" height="30" as="geometry"/>
                </mxCell>
                <mxCell id="131" value="FK" style="shape=partialRectangle;connectable=0;fillColor=none;top=0;left=0;bottom=0;right=0;fontStyle=1;overflow=hidden;whiteSpace=wrap;html=1;" parent="130" vertex="1">
                    <mxGeometry width="30" height="30" as="geometry">
                        <mxRectangle width="30" height="30" as="alternateBounds"/>
                    </mxGeometry>
                </mxCell>
                <mxCell id="132" value="&lt;span style=&quot;color: rgb(0, 0, 0);&quot;&gt;genre_id:bigint&lt;/span&gt;" style="shape=partialRectangle;connectable=0;fillColor=none;top=0;left=0;bottom=0;right=0;align=left;spacingLeft=6;fontStyle=5;overflow=hidden;whiteSpace=wrap;html=1;" parent="130" vertex="1">
                    <mxGeometry x="30" width="210" height="30" as="geometry">
                        <mxRectangle width="210" height="30" as="alternateBounds"/>
                    </mxGeometry>
                </mxCell>
                <mxCell id="139" value="" style="shape=tableRow;horizontal=0;startSize=0;swimlaneHead=0;swimlaneBody=0;fillColor=none;collapsible=0;dropTarget=0;points=[[0,0.5],[1,0.5]];portConstraint=eastwest;top=0;left=0;right=0;bottom=0;" parent="123" vertex="1">
                    <mxGeometry y="120" width="240" height="30" as="geometry"/>
                </mxCell>
                <mxCell id="140" value="" style="shape=partialRectangle;connectable=0;fillColor=none;top=0;left=0;bottom=0;right=0;editable=1;overflow=hidden;whiteSpace=wrap;html=1;" parent="139" vertex="1">
                    <mxGeometry width="30" height="30" as="geometry">
                        <mxRectangle width="30" height="30" as="alternateBounds"/>
                    </mxGeometry>
                </mxCell>
                <mxCell id="141" value="&lt;span style=&quot;color: rgb(0, 0, 0);&quot;&gt;created_at&lt;/span&gt;&lt;span style=&quot;color: rgb(0, 0, 0);&quot;&gt;:timestamp&lt;/span&gt;" style="shape=partialRectangle;connectable=0;fillColor=none;top=0;left=0;bottom=0;right=0;align=left;spacingLeft=6;overflow=hidden;whiteSpace=wrap;html=1;" parent="139" vertex="1">
                    <mxGeometry x="30" width="210" height="30" as="geometry">
                        <mxRectangle width="210" height="30" as="alternateBounds"/>
                    </mxGeometry>
                </mxCell>
                <mxCell id="142" value="" style="shape=tableRow;horizontal=0;startSize=0;swimlaneHead=0;swimlaneBody=0;fillColor=none;collapsible=0;dropTarget=0;points=[[0,0.5],[1,0.5]];portConstraint=eastwest;top=0;left=0;right=0;bottom=0;" parent="123" vertex="1">
                    <mxGeometry y="150" width="240" height="30" as="geometry"/>
                </mxCell>
                <mxCell id="143" value="" style="shape=partialRectangle;connectable=0;fillColor=none;top=0;left=0;bottom=0;right=0;editable=1;overflow=hidden;whiteSpace=wrap;html=1;" parent="142" vertex="1">
                    <mxGeometry width="30" height="30" as="geometry">
                        <mxRectangle width="30" height="30" as="alternateBounds"/>
                    </mxGeometry>
                </mxCell>
                <mxCell id="144" value="updated_at&lt;span style=&quot;color: rgb(0, 0, 0);&quot;&gt;:timestamp&lt;/span&gt;" style="shape=partialRectangle;connectable=0;fillColor=none;top=0;left=0;bottom=0;right=0;align=left;spacingLeft=6;overflow=hidden;whiteSpace=wrap;html=1;" parent="142" vertex="1">
                    <mxGeometry x="30" width="210" height="30" as="geometry">
                        <mxRectangle width="210" height="30" as="alternateBounds"/>
                    </mxGeometry>
                </mxCell>
                <mxCell id="145" value="" style="shape=tableRow;horizontal=0;startSize=0;swimlaneHead=0;swimlaneBody=0;fillColor=none;collapsible=0;dropTarget=0;points=[[0,0.5],[1,0.5]];portConstraint=eastwest;top=0;left=0;right=0;bottom=0;" parent="123" vertex="1">
                    <mxGeometry y="180" width="240" height="30" as="geometry"/>
                </mxCell>
                <mxCell id="146" value="UK" style="shape=partialRectangle;connectable=0;fillColor=none;top=0;left=0;bottom=0;right=0;editable=1;overflow=hidden;whiteSpace=wrap;html=1;" parent="145" vertex="1">
                    <mxGeometry width="30" height="30" as="geometry">
                        <mxRectangle width="30" height="30" as="alternateBounds"/>
                    </mxGeometry>
                </mxCell>
                <mxCell id="147" value="UNIQUE(book_id, genre_id)" style="shape=partialRectangle;connectable=0;fillColor=none;top=0;left=0;bottom=0;right=0;align=left;spacingLeft=6;overflow=hidden;whiteSpace=wrap;html=1;" parent="145" vertex="1">
                    <mxGeometry x="30" width="210" height="30" as="geometry">
                        <mxRectangle width="210" height="30" as="alternateBounds"/>
                    </mxGeometry>
                </mxCell>
                <mxCell id="148" value="favorites" style="shape=table;startSize=30;container=1;collapsible=1;childLayout=tableLayout;fixedRows=1;rowLines=0;fontStyle=1;align=center;resizeLast=1;html=1;" parent="1" vertex="1">
                    <mxGeometry x="-640" y="-40" width="240" height="210" as="geometry"/>
                </mxCell>
                <mxCell id="149" value="" style="shape=tableRow;horizontal=0;startSize=0;swimlaneHead=0;swimlaneBody=0;fillColor=none;collapsible=0;dropTarget=0;points=[[0,0.5],[1,0.5]];portConstraint=eastwest;top=0;left=0;right=0;bottom=1;" parent="148" vertex="1">
                    <mxGeometry y="30" width="240" height="30" as="geometry"/>
                </mxCell>
                <mxCell id="150" value="PK" style="shape=partialRectangle;connectable=0;fillColor=none;top=0;left=0;bottom=0;right=0;fontStyle=1;overflow=hidden;whiteSpace=wrap;html=1;" parent="149" vertex="1">
                    <mxGeometry width="30" height="30" as="geometry">
                        <mxRectangle width="30" height="30" as="alternateBounds"/>
                    </mxGeometry>
                </mxCell>
                <mxCell id="151" value="&lt;span style=&quot;color: rgb(0, 0, 0);&quot;&gt;id:bigint&lt;/span&gt;" style="shape=partialRectangle;connectable=0;fillColor=none;top=0;left=0;bottom=0;right=0;align=left;spacingLeft=6;fontStyle=5;overflow=hidden;whiteSpace=wrap;html=1;" parent="149" vertex="1">
                    <mxGeometry x="30" width="210" height="30" as="geometry">
                        <mxRectangle width="210" height="30" as="alternateBounds"/>
                    </mxGeometry>
                </mxCell>
                <mxCell id="152" value="" style="shape=tableRow;horizontal=0;startSize=0;swimlaneHead=0;swimlaneBody=0;fillColor=none;collapsible=0;dropTarget=0;points=[[0,0.5],[1,0.5]];portConstraint=eastwest;top=0;left=0;right=0;bottom=1;" parent="148" vertex="1">
                    <mxGeometry y="60" width="240" height="30" as="geometry"/>
                </mxCell>
                <mxCell id="153" value="FK" style="shape=partialRectangle;connectable=0;fillColor=none;top=0;left=0;bottom=0;right=0;fontStyle=1;overflow=hidden;whiteSpace=wrap;html=1;" parent="152" vertex="1">
                    <mxGeometry width="30" height="30" as="geometry">
                        <mxRectangle width="30" height="30" as="alternateBounds"/>
                    </mxGeometry>
                </mxCell>
                <mxCell id="154" value="&lt;span style=&quot;color: rgb(0, 0, 0);&quot;&gt;user_id:bigint&lt;/span&gt;" style="shape=partialRectangle;connectable=0;fillColor=none;top=0;left=0;bottom=0;right=0;align=left;spacingLeft=6;fontStyle=5;overflow=hidden;whiteSpace=wrap;html=1;" parent="152" vertex="1">
                    <mxGeometry x="30" width="210" height="30" as="geometry">
                        <mxRectangle width="210" height="30" as="alternateBounds"/>
                    </mxGeometry>
                </mxCell>
                <mxCell id="155" value="" style="shape=tableRow;horizontal=0;startSize=0;swimlaneHead=0;swimlaneBody=0;fillColor=none;collapsible=0;dropTarget=0;points=[[0,0.5],[1,0.5]];portConstraint=eastwest;top=0;left=0;right=0;bottom=1;" parent="148" vertex="1">
                    <mxGeometry y="90" width="240" height="30" as="geometry"/>
                </mxCell>
                <mxCell id="156" value="FK" style="shape=partialRectangle;connectable=0;fillColor=none;top=0;left=0;bottom=0;right=0;fontStyle=1;overflow=hidden;whiteSpace=wrap;html=1;" parent="155" vertex="1">
                    <mxGeometry width="30" height="30" as="geometry">
                        <mxRectangle width="30" height="30" as="alternateBounds"/>
                    </mxGeometry>
                </mxCell>
                <mxCell id="157" value="&lt;span style=&quot;color: rgb(0, 0, 0);&quot;&gt;book_id:bigint&lt;/span&gt;" style="shape=partialRectangle;connectable=0;fillColor=none;top=0;left=0;bottom=0;right=0;align=left;spacingLeft=6;fontStyle=5;overflow=hidden;whiteSpace=wrap;html=1;" parent="155" vertex="1">
                    <mxGeometry x="30" width="210" height="30" as="geometry">
                        <mxRectangle width="210" height="30" as="alternateBounds"/>
                    </mxGeometry>
                </mxCell>
                <mxCell id="158" value="" style="shape=tableRow;horizontal=0;startSize=0;swimlaneHead=0;swimlaneBody=0;fillColor=none;collapsible=0;dropTarget=0;points=[[0,0.5],[1,0.5]];portConstraint=eastwest;top=0;left=0;right=0;bottom=0;" parent="148" vertex="1">
                    <mxGeometry y="120" width="240" height="30" as="geometry"/>
                </mxCell>
                <mxCell id="159" value="" style="shape=partialRectangle;connectable=0;fillColor=none;top=0;left=0;bottom=0;right=0;editable=1;overflow=hidden;whiteSpace=wrap;html=1;" parent="158" vertex="1">
                    <mxGeometry width="30" height="30" as="geometry">
                        <mxRectangle width="30" height="30" as="alternateBounds"/>
                    </mxGeometry>
                </mxCell>
                <mxCell id="160" value="&lt;span style=&quot;color: rgb(0, 0, 0);&quot;&gt;created_at&lt;/span&gt;&lt;span style=&quot;color: rgb(0, 0, 0);&quot;&gt;:timestamp&lt;/span&gt;" style="shape=partialRectangle;connectable=0;fillColor=none;top=0;left=0;bottom=0;right=0;align=left;spacingLeft=6;overflow=hidden;whiteSpace=wrap;html=1;" parent="158" vertex="1">
                    <mxGeometry x="30" width="210" height="30" as="geometry">
                        <mxRectangle width="210" height="30" as="alternateBounds"/>
                    </mxGeometry>
                </mxCell>
                <mxCell id="161" value="" style="shape=tableRow;horizontal=0;startSize=0;swimlaneHead=0;swimlaneBody=0;fillColor=none;collapsible=0;dropTarget=0;points=[[0,0.5],[1,0.5]];portConstraint=eastwest;top=0;left=0;right=0;bottom=0;" parent="148" vertex="1">
                    <mxGeometry y="150" width="240" height="30" as="geometry"/>
                </mxCell>
                <mxCell id="162" value="" style="shape=partialRectangle;connectable=0;fillColor=none;top=0;left=0;bottom=0;right=0;editable=1;overflow=hidden;whiteSpace=wrap;html=1;" parent="161" vertex="1">
                    <mxGeometry width="30" height="30" as="geometry">
                        <mxRectangle width="30" height="30" as="alternateBounds"/>
                    </mxGeometry>
                </mxCell>
                <mxCell id="163" value="updated_at&lt;span style=&quot;color: rgb(0, 0, 0);&quot;&gt;:timestamp&lt;/span&gt;" style="shape=partialRectangle;connectable=0;fillColor=none;top=0;left=0;bottom=0;right=0;align=left;spacingLeft=6;overflow=hidden;whiteSpace=wrap;html=1;" parent="161" vertex="1">
                    <mxGeometry x="30" width="210" height="30" as="geometry">
                        <mxRectangle width="210" height="30" as="alternateBounds"/>
                    </mxGeometry>
                </mxCell>
                <mxCell id="164" value="" style="shape=tableRow;horizontal=0;startSize=0;swimlaneHead=0;swimlaneBody=0;fillColor=none;collapsible=0;dropTarget=0;points=[[0,0.5],[1,0.5]];portConstraint=eastwest;top=0;left=0;right=0;bottom=0;" parent="148" vertex="1">
                    <mxGeometry y="180" width="240" height="30" as="geometry"/>
                </mxCell>
                <mxCell id="165" value="UK" style="shape=partialRectangle;connectable=0;fillColor=none;top=0;left=0;bottom=0;right=0;editable=1;overflow=hidden;whiteSpace=wrap;html=1;" parent="164" vertex="1">
                    <mxGeometry width="30" height="30" as="geometry">
                        <mxRectangle width="30" height="30" as="alternateBounds"/>
                    </mxGeometry>
                </mxCell>
                <mxCell id="166" value="UNIQUE(user_id, book_id)" style="shape=partialRectangle;connectable=0;fillColor=none;top=0;left=0;bottom=0;right=0;align=left;spacingLeft=6;overflow=hidden;whiteSpace=wrap;html=1;" parent="164" vertex="1">
                    <mxGeometry x="30" width="210" height="30" as="geometry">
                        <mxRectangle width="210" height="30" as="alternateBounds"/>
                    </mxGeometry>
                </mxCell>
-                 <mxCell id="167" value="likes" style="shape=table;startSize=30;container=1;collapsible=1;childLayout=tableLayout;fixedRows=1;rowLines=0;fontStyle=1;align=center;resizeLast=1;html=1;" parent="1" vertex="1">
+                 <mxCell id="167" value="review_likes" style="shape=table;startSize=30;container=1;collapsible=1;childLayout=tableLayout;fixedRows=1;rowLines=0;fontStyle=1;align=center;resizeLast=1;html=1;" parent="1" vertex="1">
                    <mxGeometry x="-1000" y="360" width="240" height="210" as="geometry"/>
                </mxCell>
                <mxCell id="168" value="" style="shape=tableRow;horizontal=0;startSize=0;swimlaneHead=0;swimlaneBody=0;fillColor=none;collapsible=0;dropTarget=0;points=[[0,0.5],[1,0.5]];portConstraint=eastwest;top=0;left=0;right=0;bottom=1;" parent="167" vertex="1">
                    <mxGeometry y="30" width="240" height="30" as="geometry"/>
                </mxCell>
                <mxCell id="169" value="PK" style="shape=partialRectangle;connectable=0;fillColor=none;top=0;left=0;bottom=0;right=0;fontStyle=1;overflow=hidden;whiteSpace=wrap;html=1;" parent="168" vertex="1">
                    <mxGeometry width="30" height="30" as="geometry">
                        <mxRectangle width="30" height="30" as="alternateBounds"/>
                    </mxGeometry>
                </mxCell>
                <mxCell id="170" value="&lt;span style=&quot;color: rgb(0, 0, 0);&quot;&gt;id:bigint&lt;/span&gt;" style="shape=partialRectangle;connectable=0;fillColor=none;top=0;left=0;bottom=0;right=0;align=left;spacingLeft=6;fontStyle=5;overflow=hidden;whiteSpace=wrap;html=1;" parent="168" vertex="1">
                    <mxGeometry x="30" width="210" height="30" as="geometry">
                        <mxRectangle width="210" height="30" as="alternateBounds"/>
                    </mxGeometry>
                </mxCell>
                <mxCell id="171" value="" style="shape=tableRow;horizontal=0;startSize=0;swimlaneHead=0;swimlaneBody=0;fillColor=none;collapsible=0;dropTarget=0;points=[[0,0.5],[1,0.5]];portConstraint=eastwest;top=0;left=0;right=0;bottom=1;" parent="167" vertex="1">
                    <mxGeometry y="60" width="240" height="30" as="geometry"/>
                </mxCell>
                <mxCell id="172" value="FK" style="shape=partialRectangle;connectable=0;fillColor=none;top=0;left=0;bottom=0;right=0;fontStyle=1;overflow=hidden;whiteSpace=wrap;html=1;" parent="171" vertex="1">
                    <mxGeometry width="30" height="30" as="geometry">
                        <mxRectangle width="30" height="30" as="alternateBounds"/>
                    </mxGeometry>
                </mxCell>
                <mxCell id="173" value="&lt;span style=&quot;color: rgb(0, 0, 0);&quot;&gt;user_id:bigint&lt;/span&gt;" style="shape=partialRectangle;connectable=0;fillColor=none;top=0;left=0;bottom=0;right=0;align=left;spacingLeft=6;fontStyle=5;overflow=hidden;whiteSpace=wrap;html=1;" parent="171" vertex="1">
                    <mxGeometry x="30" width="210" height="30" as="geometry">
                        <mxRectangle width="210" height="30" as="alternateBounds"/>
                    </mxGeometry>
                </mxCell>
                <mxCell id="174" value="" style="shape=tableRow;horizontal=0;startSize=0;swimlaneHead=0;swimlaneBody=0;fillColor=none;collapsible=0;dropTarget=0;points=[[0,0.5],[1,0.5]];portConstraint=eastwest;top=0;left=0;right=0;bottom=1;" parent="167" vertex="1">
                    <mxGeometry y="90" width="240" height="30" as="geometry"/>
                </mxCell>
                <mxCell id="175" value="FK" style="shape=partialRectangle;connectable=0;fillColor=none;top=0;left=0;bottom=0;right=0;fontStyle=1;overflow=hidden;whiteSpace=wrap;html=1;" parent="174" vertex="1">
                    <mxGeometry width="30" height="30" as="geometry">
                        <mxRectangle width="30" height="30" as="alternateBounds"/>
                    </mxGeometry>
                </mxCell>
                <mxCell id="176" value="&lt;span style=&quot;color: rgb(0, 0, 0);&quot;&gt;review_id:bigint&lt;/span&gt;" style="shape=partialRectangle;connectable=0;fillColor=none;top=0;left=0;bottom=0;right=0;align=left;spacingLeft=6;fontStyle=5;overflow=hidden;whiteSpace=wrap;html=1;" parent="174" vertex="1">
                    <mxGeometry x="30" width="210" height="30" as="geometry">
                        <mxRectangle width="210" height="30" as="alternateBounds"/>
                    </mxGeometry>
                </mxCell>
                <mxCell id="177" value="" style="shape=tableRow;horizontal=0;startSize=0;swimlaneHead=0;swimlaneBody=0;fillColor=none;collapsible=0;dropTarget=0;points=[[0,0.5],[1,0.5]];portConstraint=eastwest;top=0;left=0;right=0;bottom=0;" parent="167" vertex="1">
                    <mxGeometry y="120" width="240" height="30" as="geometry"/>
                </mxCell>
                <mxCell id="178" value="" style="shape=partialRectangle;connectable=0;fillColor=none;top=0;left=0;bottom=0;right=0;editable=1;overflow=hidden;whiteSpace=wrap;html=1;" parent="177" vertex="1">
                    <mxGeometry width="30" height="30" as="geometry">
                        <mxRectangle width="30" height="30" as="alternateBounds"/>
                    </mxGeometry>
                </mxCell>
                <mxCell id="179" value="&lt;span style=&quot;color: rgb(0, 0, 0);&quot;&gt;created_at&lt;/span&gt;&lt;span style=&quot;color: rgb(0, 0, 0);&quot;&gt;:timestamp&lt;/span&gt;" style="shape=partialRectangle;connectable=0;fillColor=none;top=0;left=0;bottom=0;right=0;align=left;spacingLeft=6;overflow=hidden;whiteSpace=wrap;html=1;" parent="177" vertex="1">
                    <mxGeometry x="30" width="210" height="30" as="geometry">
                        <mxRectangle width="210" height="30" as="alternateBounds"/>
                    </mxGeometry>
                </mxCell>
                <mxCell id="180" value="" style="shape=tableRow;horizontal=0;startSize=0;swimlaneHead=0;swimlaneBody=0;fillColor=none;collapsible=0;dropTarget=0;points=[[0,0.5],[1,0.5]];portConstraint=eastwest;top=0;left=0;right=0;bottom=0;" parent="167" vertex="1">
                    <mxGeometry y="150" width="240" height="30" as="geometry"/>
                </mxCell>
                <mxCell id="181" value="" style="shape=partialRectangle;connectable=0;fillColor=none;top=0;left=0;bottom=0;right=0;editable=1;overflow=hidden;whiteSpace=wrap;html=1;" parent="180" vertex="1">
                    <mxGeometry width="30" height="30" as="geometry">
                        <mxRectangle width="30" height="30" as="alternateBounds"/>
                    </mxGeometry>
                </mxCell>
                <mxCell id="182" value="updated_at&lt;span style=&quot;color: rgb(0, 0, 0);&quot;&gt;:timestamp&lt;/span&gt;" style="shape=partialRectangle;connectable=0;fillColor=none;top=0;left=0;bottom=0;right=0;align=left;spacingLeft=6;overflow=hidden;whiteSpace=wrap;html=1;" parent="180" vertex="1">
                    <mxGeometry x="30" width="210" height="30" as="geometry">
                        <mxRectangle width="210" height="30" as="alternateBounds"/>
                    </mxGeometry>
                </mxCell>
                <mxCell id="183" value="" style="shape=tableRow;horizontal=0;startSize=0;swimlaneHead=0;swimlaneBody=0;fillColor=none;collapsible=0;dropTarget=0;points=[[0,0.5],[1,0.5]];portConstraint=eastwest;top=0;left=0;right=0;bottom=0;" parent="167" vertex="1">
                    <mxGeometry y="180" width="240" height="30" as="geometry"/>
                </mxCell>
                <mxCell id="184" value="UK" style="shape=partialRectangle;connectable=0;fillColor=none;top=0;left=0;bottom=0;right=0;editable=1;overflow=hidden;whiteSpace=wrap;html=1;" parent="183" vertex="1">
                    <mxGeometry width="30" height="30" as="geometry">
                        <mxRectangle width="30" height="30" as="alternateBounds"/>
                    </mxGeometry>
                </mxCell>
                <mxCell id="185" value="UNIQUE(user_id, book_id)" style="shape=partialRectangle;connectable=0;fillColor=none;top=0;left=0;bottom=0;right=0;align=left;spacingLeft=6;overflow=hidden;whiteSpace=wrap;html=1;" parent="183" vertex="1">
                    <mxGeometry x="30" width="210" height="30" as="geometry">
                        <mxRectangle width="210" height="30" as="alternateBounds"/>
                    </mxGeometry>
                </mxCell>
                <mxCell id="196" style="edgeStyle=orthogonalEdgeStyle;html=1;startArrow=ERmandOne;startFill=0;endArrow=ERzeroToMany;endFill=0;" parent="1" source="65" target="148" edge="1">
                    <mxGeometry relative="1" as="geometry">
                        <Array as="points">
                            <mxPoint x="-360" y="30"/>
                            <mxPoint x="-360" y="30"/>
                        </Array>
                    </mxGeometry>
                </mxCell>
            </root>
        </mxGraphModel>
    </diagram>
</mxfile>